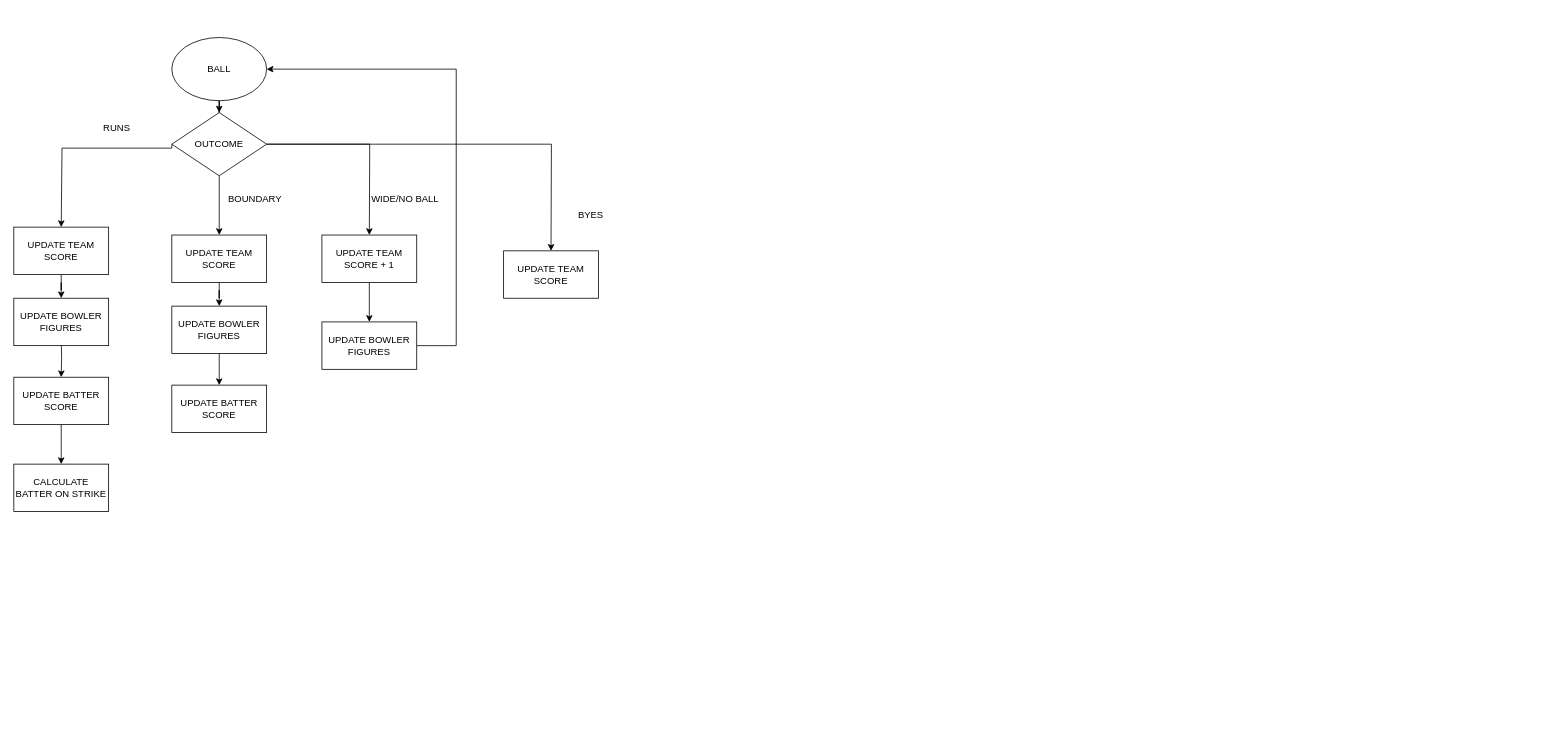
Before: CricketScorer.drawio in hadi-mu/cricketScorer, a draw.io diagram. Source tidied: cells renumbered, new cells numbered last; positions are measured from the earlier drawing's top-left corner, leaving out a move shared by most shapes. Both pictures are drawn from the tidied source at 79%, with x=0, y=0 at pixel (13, 37).
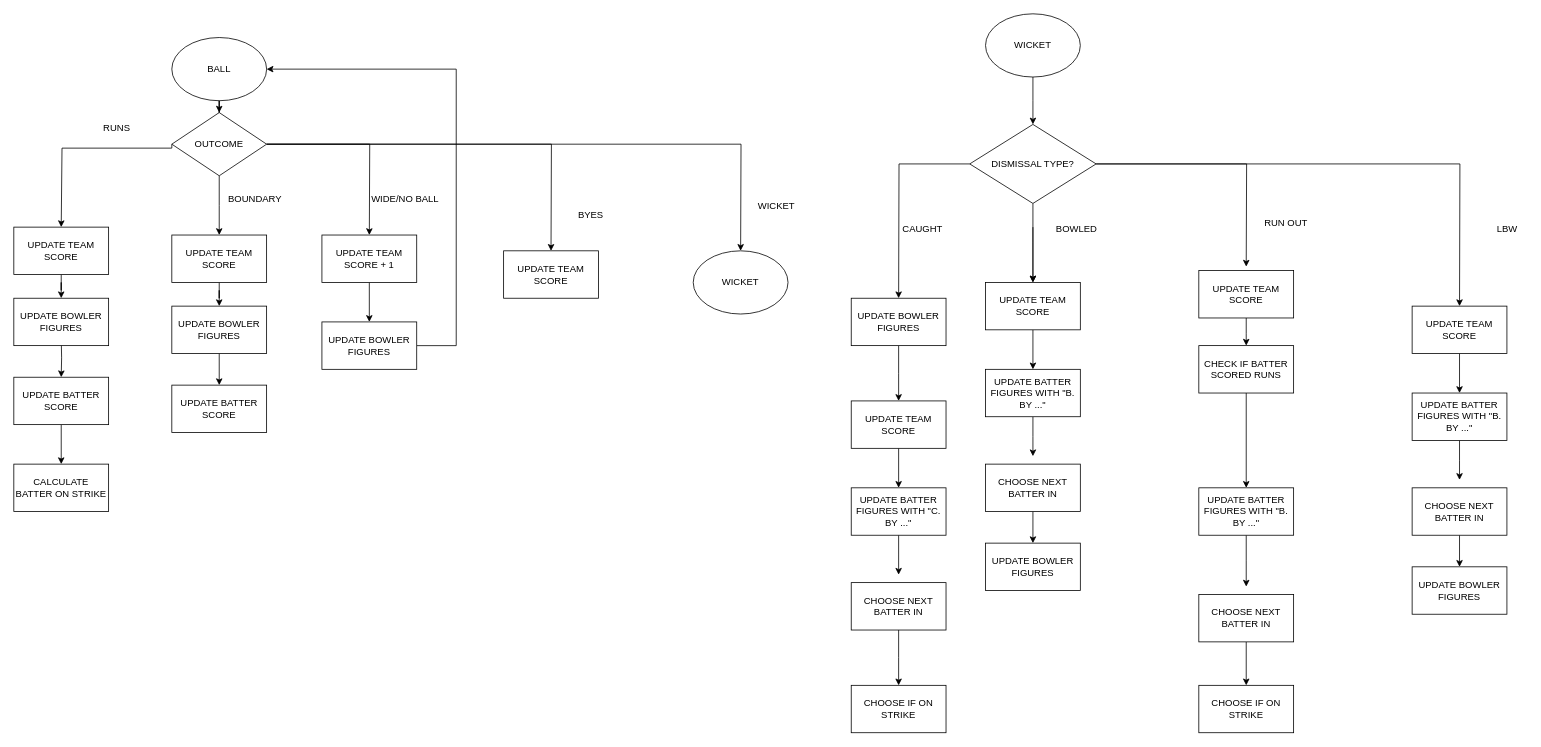
Above is the later version.

Unchanged cells that the change refers to:
```xml
<mxCell id="8" value="OUTCOME" style="rhombus;whiteSpace=wrap;html=1;" parent="1" vertex="1">
  <mxGeometry x="200" y="95" width="120" height="80" as="geometry" />
</mxCell>
```

The edit, as a diff of the source:
```diff
@@
+    <mxCell id="30" style="edgeStyle=orthogonalEdgeStyle;rounded=0;jettySize=auto;html=1;" parent="1" edge="1" source="8">
+      <mxGeometry relative="1" as="geometry">
+        <mxPoint x="920" y="270" as="targetPoint" />
+      </mxGeometry>
+    </mxCell>
@@
+    <mxCell id="31" value="WICKET" style="text;html=1;align=center;verticalAlign=middle;strokeColor=none;fillColor=none;" parent="1" vertex="1">
+      <mxGeometry x="930" y="198" width="70" height="30" as="geometry" />
+    </mxCell>
+    <mxCell id="32" value="WICKET" style="ellipse;whiteSpace=wrap;html=1;" parent="1" vertex="1">
+      <mxGeometry x="860" y="270" width="120" height="80" as="geometry" />
+    </mxCell>
+    <mxCell id="33" style="edgeStyle=orthogonalEdgeStyle;rounded=0;jettySize=auto;html=1;" parent="1" edge="1" source="34">
+      <mxGeometry relative="1" as="geometry">
+        <mxPoint x="1290" y="110" as="targetPoint" />
+      </mxGeometry>
+    </mxCell>
+    <mxCell id="34" value="WICKET" style="ellipse;whiteSpace=wrap;html=1;" parent="1" vertex="1">
+      <mxGeometry x="1230" y="-30" width="120" height="80" as="geometry" />
+    </mxCell>
+    <mxCell id="35" style="edgeStyle=orthogonalEdgeStyle;rounded=0;jettySize=auto;html=1;" parent="1" edge="1" source="39">
+      <mxGeometry relative="1" as="geometry">
+        <mxPoint x="1120" y="330" as="targetPoint" />
+      </mxGeometry>
+    </mxCell>
+    <mxCell id="36" style="edgeStyle=orthogonalEdgeStyle;rounded=0;jettySize=auto;html=1;" parent="1" edge="1" source="39">
+      <mxGeometry relative="1" as="geometry">
+        <mxPoint x="1290" y="310" as="targetPoint" />
+      </mxGeometry>
+    </mxCell>
+    <mxCell id="37" style="edgeStyle=orthogonalEdgeStyle;rounded=0;jettySize=auto;html=1;" parent="1" edge="1" source="39">
+      <mxGeometry relative="1" as="geometry">
+        <mxPoint x="1560" y="290" as="targetPoint" />
+      </mxGeometry>
+    </mxCell>
+    <mxCell id="38" style="edgeStyle=orthogonalEdgeStyle;rounded=0;jettySize=auto;html=1;" parent="1" edge="1" source="39">
+      <mxGeometry relative="1" as="geometry">
+        <mxPoint x="1830" y="340" as="targetPoint" />
+      </mxGeometry>
+    </mxCell>
+    <mxCell id="39" value="DISMISSAL TYPE?" style="rhombus;whiteSpace=wrap;html=1;" parent="1" vertex="1">
+      <mxGeometry x="1210" y="110" width="160" height="100" as="geometry" />
+    </mxCell>
+    <mxCell id="40" style="edgeStyle=orthogonalEdgeStyle;rounded=0;jettySize=auto;html=1;" parent="1" edge="1" source="41">
+      <mxGeometry relative="1" as="geometry">
+        <mxPoint x="1120" y="460" as="targetPoint" />
+      </mxGeometry>
+    </mxCell>
+    <mxCell id="41" value="UPDATE BOWLER FIGURES" style="rounded=0;whiteSpace=wrap;html=1;" parent="1" vertex="1">
+      <mxGeometry x="1060" y="330" width="120" height="60" as="geometry" />
+    </mxCell>
+    <mxCell id="42" style="edgeStyle=orthogonalEdgeStyle;rounded=0;jettySize=auto;html=1;entryX=0.5;entryY=0;entryDx=0;entryDy=0;" parent="1" edge="1" source="43" target="45">
+      <mxGeometry relative="1" as="geometry" />
+    </mxCell>
+    <mxCell id="43" value="UPDATE TEAM SCORE" style="rounded=0;whiteSpace=wrap;html=1;" parent="1" vertex="1">
+      <mxGeometry x="1060" y="460" width="120" height="60" as="geometry" />
+    </mxCell>
+    <mxCell id="44" style="edgeStyle=orthogonalEdgeStyle;rounded=0;jettySize=auto;html=1;" parent="1" edge="1" source="45">
+      <mxGeometry relative="1" as="geometry">
+        <mxPoint x="1120" y="680" as="targetPoint" />
+      </mxGeometry>
+    </mxCell>
+    <mxCell id="45" value="UPDATE BATTER FIGURES WITH &quot;C. BY ...&quot;" style="rounded=0;whiteSpace=wrap;html=1;" parent="1" vertex="1">
+      <mxGeometry x="1060" y="570" width="120" height="60" as="geometry" />
+    </mxCell>
+    <mxCell id="46" value="CAUGHT" style="text;html=1;align=center;verticalAlign=middle;strokeColor=none;fillColor=none;" parent="1" vertex="1">
+      <mxGeometry x="1115" y="228" width="70" height="30" as="geometry" />
+    </mxCell>
+    <mxCell id="47" style="edgeStyle=orthogonalEdgeStyle;rounded=0;jettySize=auto;html=1;" parent="1" edge="1" source="48">
+      <mxGeometry relative="1" as="geometry">
+        <mxPoint x="1120" y="820" as="targetPoint" />
+      </mxGeometry>
+    </mxCell>
+    <mxCell id="48" value="CHOOSE NEXT BATTER IN" style="rounded=0;whiteSpace=wrap;html=1;" parent="1" vertex="1">
+      <mxGeometry x="1060" y="690" width="120" height="60" as="geometry" />
+    </mxCell>
+    <mxCell id="49" value="CHOOSE IF ON STRIKE" style="rounded=0;whiteSpace=wrap;html=1;" parent="1" vertex="1">
+      <mxGeometry x="1060" y="820" width="120" height="60" as="geometry" />
+    </mxCell>
+    <mxCell id="50" value="BOWLED" style="text;html=1;align=center;verticalAlign=middle;strokeColor=none;fillColor=none;" parent="1" vertex="1">
+      <mxGeometry x="1305" y="228" width="80" height="30" as="geometry" />
+    </mxCell>
+    <mxCell id="51" style="edgeStyle=orthogonalEdgeStyle;rounded=0;orthogonalLoop=1;jettySize=auto;html=1;" parent="1" edge="1">
+      <mxGeometry relative="1" as="geometry">
+        <mxPoint x="1290" y="240" as="sourcePoint" />
+        <mxPoint x="1290" y="310" as="targetPoint" />
+      </mxGeometry>
+    </mxCell>
+    <mxCell id="52" style="edgeStyle=orthogonalEdgeStyle;rounded=0;jettySize=auto;html=1;entryX=0.5;entryY=0;entryDx=0;entryDy=0;" parent="1" edge="1" source="53" target="55">
+      <mxGeometry relative="1" as="geometry" />
+    </mxCell>
+    <mxCell id="53" value="UPDATE TEAM SCORE" style="rounded=0;whiteSpace=wrap;html=1;" parent="1" vertex="1">
+      <mxGeometry x="1230" y="310" width="120" height="60" as="geometry" />
+    </mxCell>
+    <mxCell id="54" style="edgeStyle=orthogonalEdgeStyle;rounded=0;jettySize=auto;html=1;" parent="1" edge="1" source="55">
+      <mxGeometry relative="1" as="geometry">
+        <mxPoint x="1290" y="530" as="targetPoint" />
+      </mxGeometry>
+    </mxCell>
+    <mxCell id="55" value="UPDATE BATTER FIGURES WITH &quot;B. BY ...&quot;" style="rounded=0;whiteSpace=wrap;html=1;" parent="1" vertex="1">
+      <mxGeometry x="1230" y="420" width="120" height="60" as="geometry" />
+    </mxCell>
+    <mxCell id="56" style="edgeStyle=orthogonalEdgeStyle;rounded=0;jettySize=auto;html=1;entryX=0.5;entryY=0;entryDx=0;entryDy=0;" parent="1" edge="1" source="57" target="58">
+      <mxGeometry relative="1" as="geometry" />
+    </mxCell>
+    <mxCell id="57" value="CHOOSE NEXT BATTER IN" style="rounded=0;whiteSpace=wrap;html=1;" parent="1" vertex="1">
+      <mxGeometry x="1230" y="540" width="120" height="60" as="geometry" />
+    </mxCell>
+    <mxCell id="58" value="UPDATE BOWLER FIGURES" style="rounded=0;whiteSpace=wrap;html=1;" parent="1" vertex="1">
+      <mxGeometry x="1230" y="640" width="120" height="60" as="geometry" />
+    </mxCell>
+    <mxCell id="59" style="edgeStyle=orthogonalEdgeStyle;rounded=0;jettySize=auto;html=1;entryX=0.5;entryY=0;entryDx=0;entryDy=0;" parent="1" edge="1" source="60">
+      <mxGeometry relative="1" as="geometry">
+        <mxPoint x="1560" y="390" as="targetPoint" />
+      </mxGeometry>
+    </mxCell>
+    <mxCell id="60" value="UPDATE TEAM SCORE" style="rounded=0;whiteSpace=wrap;html=1;" parent="1" vertex="1">
+      <mxGeometry x="1500" y="295" width="120" height="60" as="geometry" />
+    </mxCell>
+    <mxCell id="61" style="edgeStyle=orthogonalEdgeStyle;rounded=0;jettySize=auto;html=1;" parent="1" edge="1" source="62">
+      <mxGeometry relative="1" as="geometry">
+        <mxPoint x="1560" y="695" as="targetPoint" />
+      </mxGeometry>
+    </mxCell>
+    <mxCell id="62" value="UPDATE BATTER FIGURES WITH &quot;B. BY ...&quot;" style="rounded=0;whiteSpace=wrap;html=1;" parent="1" vertex="1">
+      <mxGeometry x="1500" y="570" width="120" height="60" as="geometry" />
+    </mxCell>
+    <mxCell id="63" style="edgeStyle=orthogonalEdgeStyle;rounded=0;jettySize=auto;html=1;entryX=0.5;entryY=0;entryDx=0;entryDy=0;" parent="1" edge="1" source="64" target="67">
+      <mxGeometry relative="1" as="geometry" />
+    </mxCell>
+    <mxCell id="64" value="CHOOSE NEXT BATTER IN" style="rounded=0;whiteSpace=wrap;html=1;" parent="1" vertex="1">
+      <mxGeometry x="1500" y="705" width="120" height="60" as="geometry" />
+    </mxCell>
+    <mxCell id="65" style="edgeStyle=orthogonalEdgeStyle;rounded=0;jettySize=auto;html=1;entryX=0.5;entryY=0;entryDx=0;entryDy=0;" parent="1" edge="1" source="66" target="62">
+      <mxGeometry relative="1" as="geometry" />
+    </mxCell>
+    <mxCell id="66" value="CHECK IF BATTER SCORED RUNS" style="rounded=0;whiteSpace=wrap;html=1;" parent="1" vertex="1">
+      <mxGeometry x="1500" y="390" width="120" height="60" as="geometry" />
+    </mxCell>
+    <mxCell id="67" value="CHOOSE IF ON STRIKE" style="rounded=0;whiteSpace=wrap;html=1;" parent="1" vertex="1">
+      <mxGeometry x="1500" y="820" width="120" height="60" as="geometry" />
+    </mxCell>
+    <mxCell id="68" value="RUN OUT" style="text;html=1;align=center;verticalAlign=middle;strokeColor=none;fillColor=none;" parent="1" vertex="1">
+      <mxGeometry x="1570" y="220" width="80" height="30" as="geometry" />
+    </mxCell>
+    <mxCell id="69" value="LBW" style="text;html=1;align=center;verticalAlign=middle;strokeColor=none;fillColor=none;" parent="1" vertex="1">
+      <mxGeometry x="1865" y="228" width="50" height="30" as="geometry" />
+    </mxCell>
+    <mxCell id="70" style="edgeStyle=orthogonalEdgeStyle;rounded=0;jettySize=auto;html=1;entryX=0.5;entryY=0;entryDx=0;entryDy=0;" parent="1" edge="1" source="71" target="73">
+      <mxGeometry relative="1" as="geometry" />
+    </mxCell>
+    <mxCell id="71" value="UPDATE TEAM SCORE" style="rounded=0;whiteSpace=wrap;html=1;" parent="1" vertex="1">
+      <mxGeometry x="1770" y="340" width="120" height="60" as="geometry" />
+    </mxCell>
+    <mxCell id="72" style="edgeStyle=orthogonalEdgeStyle;rounded=0;jettySize=auto;html=1;" parent="1" edge="1" source="73">
+      <mxGeometry relative="1" as="geometry">
+        <mxPoint x="1830" y="560" as="targetPoint" />
+      </mxGeometry>
+    </mxCell>
+    <mxCell id="73" value="UPDATE BATTER FIGURES WITH &quot;B. BY ...&quot;" style="rounded=0;whiteSpace=wrap;html=1;" parent="1" vertex="1">
+      <mxGeometry x="1770" y="450" width="120" height="60" as="geometry" />
+    </mxCell>
+    <mxCell id="74" style="edgeStyle=orthogonalEdgeStyle;rounded=0;jettySize=auto;html=1;entryX=0.5;entryY=0;entryDx=0;entryDy=0;" parent="1" edge="1" source="75" target="76">
+      <mxGeometry relative="1" as="geometry" />
+    </mxCell>
+    <mxCell id="75" value="CHOOSE NEXT BATTER IN" style="rounded=0;whiteSpace=wrap;html=1;" parent="1" vertex="1">
+      <mxGeometry x="1770" y="570" width="120" height="60" as="geometry" />
+    </mxCell>
+    <mxCell id="76" value="UPDATE BOWLER FIGURES" style="rounded=0;whiteSpace=wrap;html=1;" parent="1" vertex="1">
+      <mxGeometry x="1770" y="670" width="120" height="60" as="geometry" />
+    </mxCell>
```
